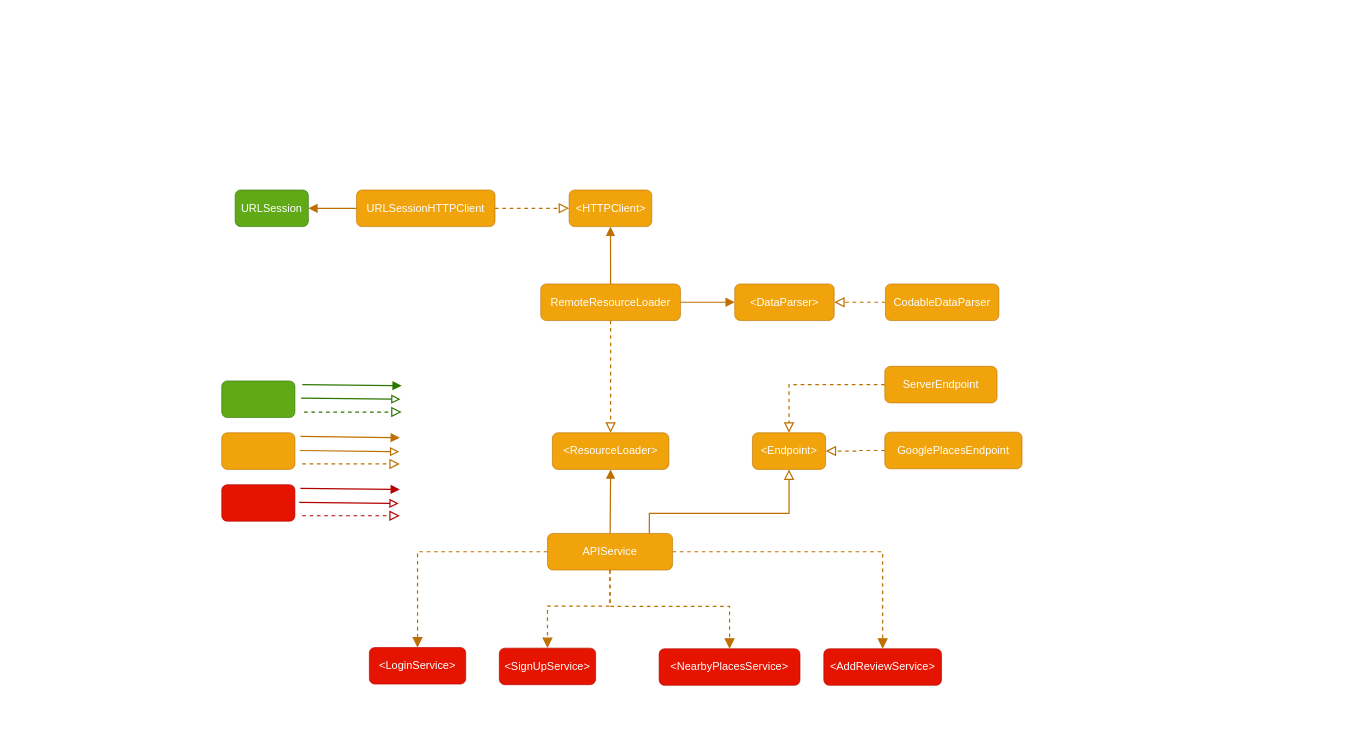
The draw.io diagram Diagrams/Foodbyte Networking.drawio in marian-stanciulica/Foodybite, before the edit. Source tidied: cells renumbered, new cells numbered last; positions are measured from the earlier drawing's top-left corner, leaving out a move shared by most shapes. Both pictures are drawn from the tidied source at 61%, with x=0, y=0 at pixel (221, 190).
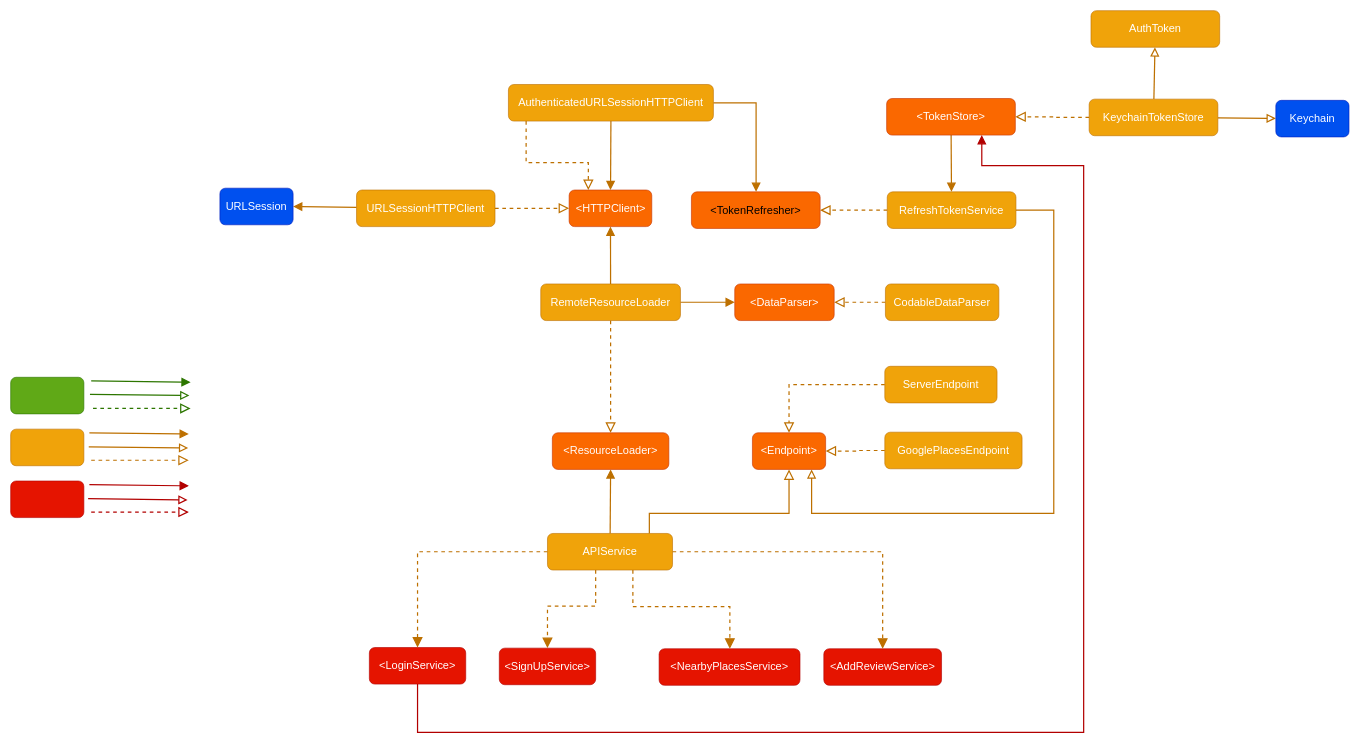
The same diagram, later.

Commit message:
Diagram update with refresh token logic

Unchanged cells that the change refers to:
```xml
<mxCell id="29" value="&amp;lt;LoginService&amp;gt;" style="rounded=1;whiteSpace=wrap;html=1;fillColor=#e51400;fontColor=#ffffff;strokeColor=#B20000;fontSize=18;align=center;" parent="1" vertex="1">
  <mxGeometry x="242" y="750" width="158" height="60" as="geometry" />
</mxCell>
<mxCell id="30" value="&amp;lt;SignUpService&amp;gt;" style="rounded=1;whiteSpace=wrap;html=1;fillColor=#e51400;fontColor=#ffffff;strokeColor=#B20000;fontSize=18;align=center;" parent="1" vertex="1">
  <mxGeometry x="455" y="751" width="158" height="60" as="geometry" />
</mxCell>
<mxCell id="31" value="&amp;lt;NearbyPlacesService&amp;gt;" style="rounded=1;whiteSpace=wrap;html=1;fillColor=#e51400;fontColor=#ffffff;strokeColor=#B20000;fontSize=18;align=center;" parent="1" vertex="1">
  <mxGeometry x="717" y="752" width="231" height="60" as="geometry" />
</mxCell>
<mxCell id="39" value="APIService" style="rounded=1;whiteSpace=wrap;html=1;fillColor=#f0a30a;fontColor=#FFFFFF;strokeColor=#BD7000;fontSize=18;align=center;" parent="1" vertex="1">
  <mxGeometry x="534" y="563" width="205" height="60" as="geometry" />
</mxCell>
```

Change to the diagram source:
```diff
@@
     <mxCell id="2" style="rounded=1;whiteSpace=wrap;html=1;fillColor=#60a917;fontColor=#ffffff;strokeColor=#2D7600;align=center;fontSize=18;" parent="1" vertex="1">
-      <mxGeometry y="313" width="120" height="60" as="geometry" />
+      <mxGeometry x="-346" y="307" width="120" height="60" as="geometry" />
     </mxCell>
     <mxCell id="3" style="rounded=1;whiteSpace=wrap;html=1;fillColor=#e51400;fontColor=#ffffff;strokeColor=#B20000;align=center;fontSize=18;" parent="1" vertex="1">
-      <mxGeometry y="483" width="120" height="60" as="geometry" />
+      <mxGeometry x="-346" y="477" width="120" height="60" as="geometry" />
     </mxCell>
     <mxCell id="4" style="rounded=1;whiteSpace=wrap;html=1;fillColor=#f0a30a;fontColor=#FFFFFF;strokeColor=#BD7000;fontSize=18;align=center;" parent="1" vertex="1">
-      <mxGeometry y="398" width="120" height="60" as="geometry" />
+      <mxGeometry x="-346" y="392" width="120" height="60" as="geometry" />
     </mxCell>
-    <mxCell id="5" value="&lt;h2&gt;&lt;font style=&quot;font-weight: normal;&quot; color=&quot;#ffffff&quot;&gt;&amp;lt;ResourceLoader&amp;gt;&lt;/font&gt;&lt;/h2&gt;" style="rounded=1;whiteSpace=wrap;html=1;fillColor=#f0a30a;fontColor=#000000;strokeColor=#BD7000;" parent="1" vertex="1">
+    <mxCell id="5" value="&lt;h2&gt;&lt;font style=&quot;font-weight: normal;&quot; color=&quot;#ffffff&quot;&gt;&amp;lt;ResourceLoader&amp;gt;&lt;/font&gt;&lt;/h2&gt;" style="rounded=1;whiteSpace=wrap;html=1;fillColor=#fa6800;fontColor=#000000;strokeColor=#C73500;" parent="1" vertex="1">
       <mxGeometry x="542" y="398" width="191" height="60" as="geometry" />
     </mxCell>
@@
-    <mxCell id="10" value="&amp;lt;HTTPClient&amp;gt;" style="rounded=1;whiteSpace=wrap;html=1;fillColor=#f0a30a;fontColor=#FFFFFF;strokeColor=#BD7000;fontSize=18;align=center;" parent="1" vertex="1">
+    <mxCell id="10" value="&amp;lt;HTTPClient&amp;gt;" style="rounded=1;whiteSpace=wrap;html=1;fillColor=#fa6800;fontColor=#FFFFFF;strokeColor=#C73500;fontSize=18;align=center;" parent="1" vertex="1">
       <mxGeometry x="569.5" width="135.5" height="60" as="geometry" />
     </mxCell>
@@
-    <mxCell id="14" value="&amp;lt;Endpoint&amp;gt;" style="rounded=1;whiteSpace=wrap;html=1;fillColor=#f0a30a;fontColor=#FFFFFF;strokeColor=#BD7000;fontSize=18;align=center;" parent="1" vertex="1">
+    <mxCell id="14" value="&amp;lt;Endpoint&amp;gt;" style="rounded=1;whiteSpace=wrap;html=1;fillColor=#fa6800;fontColor=#FFFFFF;strokeColor=#C73500;fontSize=18;align=center;" parent="1" vertex="1">
       <mxGeometry x="870" y="398" width="120" height="60" as="geometry" />
     </mxCell>
-    <mxCell id="15" value="&amp;lt;DataParser&amp;gt;" style="rounded=1;whiteSpace=wrap;html=1;fillColor=#f0a30a;fontColor=#FFFFFF;strokeColor=#BD7000;fontSize=18;align=center;" parent="1" vertex="1">
+    <mxCell id="15" value="&amp;lt;DataParser&amp;gt;" style="rounded=1;whiteSpace=wrap;html=1;fillColor=#fa6800;fontColor=#FFFFFF;strokeColor=#C73500;fontSize=18;align=center;" parent="1" vertex="1">
       <mxGeometry x="841" y="154" width="163" height="60" as="geometry" />
     </mxCell>
@@
-    <mxCell id="22" value="URLSession" style="rounded=1;whiteSpace=wrap;html=1;fillColor=#60a917;fontColor=#ffffff;strokeColor=#2D7600;align=center;fontSize=18;" parent="1" vertex="1">
-      <mxGeometry x="22" width="120" height="60" as="geometry" />
+    <mxCell id="22" value="URLSession" style="rounded=1;whiteSpace=wrap;html=1;fillColor=#0050ef;fontColor=#ffffff;strokeColor=#001DBC;align=center;fontSize=18;" parent="1" vertex="1">
+      <mxGeometry x="-3" y="-3" width="120" height="60" as="geometry" />
     </mxCell>
     <mxCell id="23" style="endArrow=block;dashed=1;endFill=0;endSize=12;html=1;rounded=0;fillColor=#60a917;strokeColor=#2D7600;align=center;strokeWidth=2;edgeStyle=orthogonalEdgeStyle;" parent="1" edge="1">
       <mxGeometry relative="1" as="geometry">
-        <mxPoint x="135" y="364" as="sourcePoint" />
-        <mxPoint x="295" y="364" as="targetPoint" />
+        <mxPoint x="-211" y="358" as="sourcePoint" />
+        <mxPoint x="-51" y="358" as="targetPoint" />
       </mxGeometry>
     </mxCell>
     <mxCell id="24" style="endArrow=block;html=1;rounded=0;jumpStyle=line;fillColor=#60a917;strokeColor=#2D7600;align=center;strokeWidth=2;endFill=1;endSize=10;" parent="1" edge="1">
       <mxGeometry relative="1" as="geometry">
-        <mxPoint x="132" y="319" as="sourcePoint" />
-        <mxPoint x="295" y="321" as="targetPoint" />
+        <mxPoint x="-214" y="313" as="sourcePoint" />
+        <mxPoint x="-51" y="315" as="targetPoint" />
       </mxGeometry>
     </mxCell>
     <mxCell id="25" style="endArrow=block;dashed=1;endFill=0;endSize=12;html=1;rounded=0;fillColor=#f0a30a;strokeColor=#BD7000;align=center;strokeWidth=2;edgeStyle=orthogonalEdgeStyle;" parent="1" edge="1">
       <mxGeometry relative="1" as="geometry">
-        <mxPoint x="132" y="449" as="sourcePoint" />
-        <mxPoint x="292" y="449" as="targetPoint" />
+        <mxPoint x="-214" y="443" as="sourcePoint" />
+        <mxPoint x="-54" y="443" as="targetPoint" />
       </mxGeometry>
     </mxCell>
     <mxCell id="26" style="endArrow=block;html=1;rounded=0;jumpStyle=line;fillColor=#f0a30a;strokeColor=#BD7000;align=center;strokeWidth=2;endFill=1;endSize=10;" parent="1" edge="1">
       <mxGeometry relative="1" as="geometry">
-        <mxPoint x="129" y="404" as="sourcePoint" />
-        <mxPoint x="292" y="406" as="targetPoint" />
+        <mxPoint x="-217" y="398" as="sourcePoint" />
+        <mxPoint x="-54" y="400" as="targetPoint" />
       </mxGeometry>
     </mxCell>
     <mxCell id="27" style="endArrow=block;dashed=1;endFill=0;endSize=12;html=1;rounded=0;fillColor=#e51400;strokeColor=#B20000;align=center;strokeWidth=2;edgeStyle=orthogonalEdgeStyle;" parent="1" edge="1">
       <mxGeometry relative="1" as="geometry">
-        <mxPoint x="132" y="534" as="sourcePoint" />
-        <mxPoint x="292" y="534" as="targetPoint" />
+        <mxPoint x="-214" y="528" as="sourcePoint" />
+        <mxPoint x="-54" y="528" as="targetPoint" />
       </mxGeometry>
     </mxCell>
     <mxCell id="28" style="endArrow=block;html=1;rounded=0;jumpStyle=line;fillColor=#e51400;strokeColor=#B20000;align=center;strokeWidth=2;endFill=1;endSize=10;" parent="1" edge="1">
       <mxGeometry relative="1" as="geometry">
-        <mxPoint x="129" y="489" as="sourcePoint" />
-        <mxPoint x="292" y="491" as="targetPoint" />
+        <mxPoint x="-217" y="483" as="sourcePoint" />
+        <mxPoint x="-54" y="485" as="targetPoint" />
       </mxGeometry>
     </mxCell>
+    <mxCell id="43" style="edgeStyle=orthogonalEdgeStyle;shape=connector;rounded=0;jumpStyle=line;jettySize=auto;html=1;labelBackgroundColor=default;strokeColor=#B20000;strokeWidth=2;fontFamily=Helvetica;fontSize=11;fontColor=default;endArrow=block;endFill=1;endSize=10;fillColor=#e51400;" parent="1" edge="1" source="29" target="53">
+      <mxGeometry relative="1" as="geometry">
+        <Array as="points">
+          <mxPoint x="321" y="889" />
+          <mxPoint x="1413" y="889" />
+          <mxPoint x="1413" y="-40" />
+          <mxPoint x="1246" y="-40" />
+        </Array>
+      </mxGeometry>
+    </mxCell>
@@
     <mxCell id="34" style="edgeStyle=orthogonalEdgeStyle;shape=connector;rounded=0;jettySize=auto;html=1;dashed=1;labelBackgroundColor=default;strokeColor=#BD7000;strokeWidth=2;fontFamily=Helvetica;fontSize=11;fontColor=default;endArrow=block;endFill=1;endSize=12;fillColor=#f0a30a;" parent="1" edge="1" source="39" target="30">
-      <mxGeometry relative="1" as="geometry" />
+      <mxGeometry relative="1" as="geometry">
+        <Array as="points">
+          <mxPoint x="613" y="682" />
+          <mxPoint x="534" y="682" />
+        </Array>
+      </mxGeometry>
     </mxCell>
     <mxCell id="35" style="edgeStyle=orthogonalEdgeStyle;shape=connector;rounded=0;jettySize=auto;html=1;dashed=1;labelBackgroundColor=default;strokeColor=#BD7000;strokeWidth=2;fontFamily=Helvetica;fontSize=11;fontColor=default;endArrow=block;endFill=1;endSize=12;fillColor=#f0a30a;" parent="1" edge="1" source="39" target="31">
-      <mxGeometry relative="1" as="geometry" />
+      <mxGeometry relative="1" as="geometry">
+        <Array as="points">
+          <mxPoint x="674" y="683" />
+          <mxPoint x="833" y="683" />
+        </Array>
+      </mxGeometry>
     </mxCell>
@@
     <mxCell id="40" style="endArrow=block;html=1;rounded=0;jumpStyle=line;fillColor=#60a917;strokeColor=#2D7600;align=center;strokeWidth=2;endFill=0;endSize=10;" parent="1" edge="1">
       <mxGeometry relative="1" as="geometry">
-        <mxPoint x="130" y="341" as="sourcePoint" />
-        <mxPoint x="293" y="343" as="targetPoint" />
+        <mxPoint x="-216" y="335" as="sourcePoint" />
+        <mxPoint x="-53" y="337" as="targetPoint" />
       </mxGeometry>
     </mxCell>
     <mxCell id="41" style="endArrow=block;html=1;rounded=0;jumpStyle=line;fillColor=#f0a30a;strokeColor=#BD7000;align=center;strokeWidth=2;endFill=0;endSize=10;" parent="1" edge="1">
       <mxGeometry relative="1" as="geometry">
-        <mxPoint x="128" y="427" as="sourcePoint" />
-        <mxPoint x="291" y="429" as="targetPoint" />
+        <mxPoint x="-218" y="421" as="sourcePoint" />
+        <mxPoint x="-55" y="423" as="targetPoint" />
       </mxGeometry>
     </mxCell>
     <mxCell id="42" style="endArrow=block;html=1;rounded=0;jumpStyle=line;fillColor=#e51400;strokeColor=#B20000;align=center;strokeWidth=2;endFill=0;endSize=10;" parent="1" edge="1">
       <mxGeometry relative="1" as="geometry">
-        <mxPoint x="127" y="512" as="sourcePoint" />
-        <mxPoint x="290" y="514" as="targetPoint" />
+        <mxPoint x="-219" y="506" as="sourcePoint" />
+        <mxPoint x="-56" y="508" as="targetPoint" />
       </mxGeometry>
     </mxCell>
+    <mxCell id="44" style="edgeStyle=orthogonalEdgeStyle;shape=connector;rounded=0;jumpStyle=line;jettySize=auto;html=1;labelBackgroundColor=default;strokeColor=#BD7000;strokeWidth=2;fontFamily=Helvetica;fontSize=11;fontColor=default;endArrow=block;endFill=1;endSize=10;fillColor=#f0a30a;" parent="1" edge="1" source="47" target="10">
+      <mxGeometry relative="1" as="geometry" />
+    </mxCell>
+    <mxCell id="45" style="edgeStyle=orthogonalEdgeStyle;shape=connector;rounded=0;jettySize=auto;html=1;dashed=1;labelBackgroundColor=default;strokeColor=#BD7000;strokeWidth=2;fontFamily=Helvetica;fontSize=11;fontColor=default;endArrow=block;endFill=0;endSize=12;fillColor=#f0a30a;" parent="1" edge="1" source="47" target="10">
+      <mxGeometry relative="1" as="geometry">
+        <Array as="points">
+          <mxPoint x="499" y="-45" />
+          <mxPoint x="601" y="-45" />
+        </Array>
+      </mxGeometry>
+    </mxCell>
+    <mxCell id="46" style="edgeStyle=orthogonalEdgeStyle;shape=connector;rounded=0;jumpStyle=line;jettySize=auto;html=1;labelBackgroundColor=default;strokeColor=#BD7000;strokeWidth=2;fontFamily=Helvetica;fontSize=11;fontColor=default;endArrow=block;endFill=1;endSize=10;fillColor=#f0a30a;" parent="1" edge="1" source="47" target="48">
+      <mxGeometry relative="1" as="geometry">
+        <Array as="points">
+          <mxPoint x="876" y="-143" />
+        </Array>
+      </mxGeometry>
+    </mxCell>
+    <mxCell id="47" value="AuthenticatedURLSessionHTTPClient" style="rounded=1;whiteSpace=wrap;html=1;fillColor=#f0a30a;fontColor=#FFFFFF;strokeColor=#BD7000;fontSize=18;align=center;" parent="1" vertex="1">
+      <mxGeometry x="470" y="-173" width="336" height="60" as="geometry" />
+    </mxCell>
+    <mxCell id="48" value="&amp;lt;TokenRefresher&amp;gt;" style="rounded=1;whiteSpace=wrap;html=1;fillColor=#fa6800;fontColor=default;strokeColor=#C73500;fontSize=18;align=center;" parent="1" vertex="1">
+      <mxGeometry x="770" y="3" width="211" height="60" as="geometry" />
+    </mxCell>
+    <mxCell id="49" style="edgeStyle=orthogonalEdgeStyle;shape=connector;rounded=0;jettySize=auto;html=1;dashed=1;labelBackgroundColor=default;strokeColor=#BD7000;strokeWidth=2;fontFamily=Helvetica;fontSize=11;fontColor=default;endArrow=block;endFill=0;endSize=12;fillColor=#f0a30a;" parent="1" edge="1" source="51" target="48">
+      <mxGeometry relative="1" as="geometry" />
+    </mxCell>
+    <mxCell id="50" style="edgeStyle=orthogonalEdgeStyle;shape=connector;rounded=0;jumpStyle=line;jettySize=auto;html=1;labelBackgroundColor=default;strokeColor=#BD7000;strokeWidth=2;fontFamily=Helvetica;fontSize=11;fontColor=default;endArrow=block;endFill=0;endSize=10;fillColor=#f0a30a;" parent="1" edge="1" source="51" target="14">
+      <mxGeometry relative="1" as="geometry">
+        <Array as="points">
+          <mxPoint x="1364" y="33" />
+          <mxPoint x="1364" y="530" />
+          <mxPoint x="967" y="530" />
+        </Array>
+      </mxGeometry>
+    </mxCell>
+    <mxCell id="51" value="RefreshTokenService" style="rounded=1;whiteSpace=wrap;html=1;fillColor=#f0a30a;fontColor=#FFFFFF;strokeColor=#BD7000;fontSize=18;align=center;" parent="1" vertex="1">
+      <mxGeometry x="1091" y="3" width="211" height="60" as="geometry" />
+    </mxCell>
+    <mxCell id="52" style="edgeStyle=none;shape=connector;rounded=0;jumpStyle=line;jettySize=auto;html=1;labelBackgroundColor=default;strokeColor=#BD7000;strokeWidth=2;fontFamily=Helvetica;fontSize=11;fontColor=default;endArrow=block;endFill=1;endSize=10;fillColor=#f0a30a;" parent="1" edge="1" source="53" target="51">
+      <mxGeometry relative="1" as="geometry" />
+    </mxCell>
+    <mxCell id="53" value="&amp;lt;TokenStore&amp;gt;" style="rounded=1;whiteSpace=wrap;html=1;fillColor=#fa6800;fontColor=#FFFFFF;strokeColor=#C73500;fontSize=18;align=center;" parent="1" vertex="1">
+      <mxGeometry x="1090" y="-150" width="211" height="60" as="geometry" />
+    </mxCell>
+    <mxCell id="54" style="edgeStyle=orthogonalEdgeStyle;shape=connector;rounded=0;jettySize=auto;html=1;dashed=1;labelBackgroundColor=default;strokeColor=#BD7000;strokeWidth=2;fontFamily=Helvetica;fontSize=11;fontColor=default;endArrow=block;endFill=0;endSize=12;fillColor=#f0a30a;" parent="1" edge="1" source="57" target="53">
+      <mxGeometry relative="1" as="geometry" />
+    </mxCell>
+    <mxCell id="55" style="edgeStyle=none;shape=connector;rounded=0;jumpStyle=line;jettySize=auto;html=1;labelBackgroundColor=default;strokeColor=#BD7000;strokeWidth=2;fontFamily=Helvetica;fontSize=11;fontColor=default;endArrow=block;endFill=0;endSize=10;fillColor=#f0a30a;" parent="1" edge="1" source="57" target="58">
+      <mxGeometry relative="1" as="geometry" />
+    </mxCell>
+    <mxCell id="56" style="edgeStyle=none;shape=connector;rounded=0;jumpStyle=line;jettySize=auto;html=1;labelBackgroundColor=default;strokeColor=#BD7000;strokeWidth=2;fontFamily=Helvetica;fontSize=11;fontColor=default;endArrow=block;endFill=0;endSize=10;fillColor=#f0a30a;" parent="1" edge="1" source="57" target="59">
+      <mxGeometry relative="1" as="geometry" />
+    </mxCell>
+    <mxCell id="57" value="KeychainTokenStore" style="rounded=1;whiteSpace=wrap;html=1;fillColor=#f0a30a;fontColor=#FFFFFF;strokeColor=#BD7000;fontSize=18;align=center;" parent="1" vertex="1">
+      <mxGeometry x="1422" y="-149" width="211" height="60" as="geometry" />
+    </mxCell>
+    <mxCell id="58" value="Keychain" style="rounded=1;whiteSpace=wrap;html=1;fillColor=#0050ef;fontColor=#ffffff;strokeColor=#001DBC;align=center;fontSize=18;" parent="1" vertex="1">
+      <mxGeometry x="1728" y="-147" width="120" height="60" as="geometry" />
+    </mxCell>
+    <mxCell id="59" value="AuthToken" style="rounded=1;whiteSpace=wrap;html=1;fillColor=#f0a30a;fontColor=#FFFFFF;strokeColor=#BD7000;fontSize=18;align=center;" parent="1" vertex="1">
+      <mxGeometry x="1425" y="-294" width="211" height="60" as="geometry" />
+    </mxCell>
```
